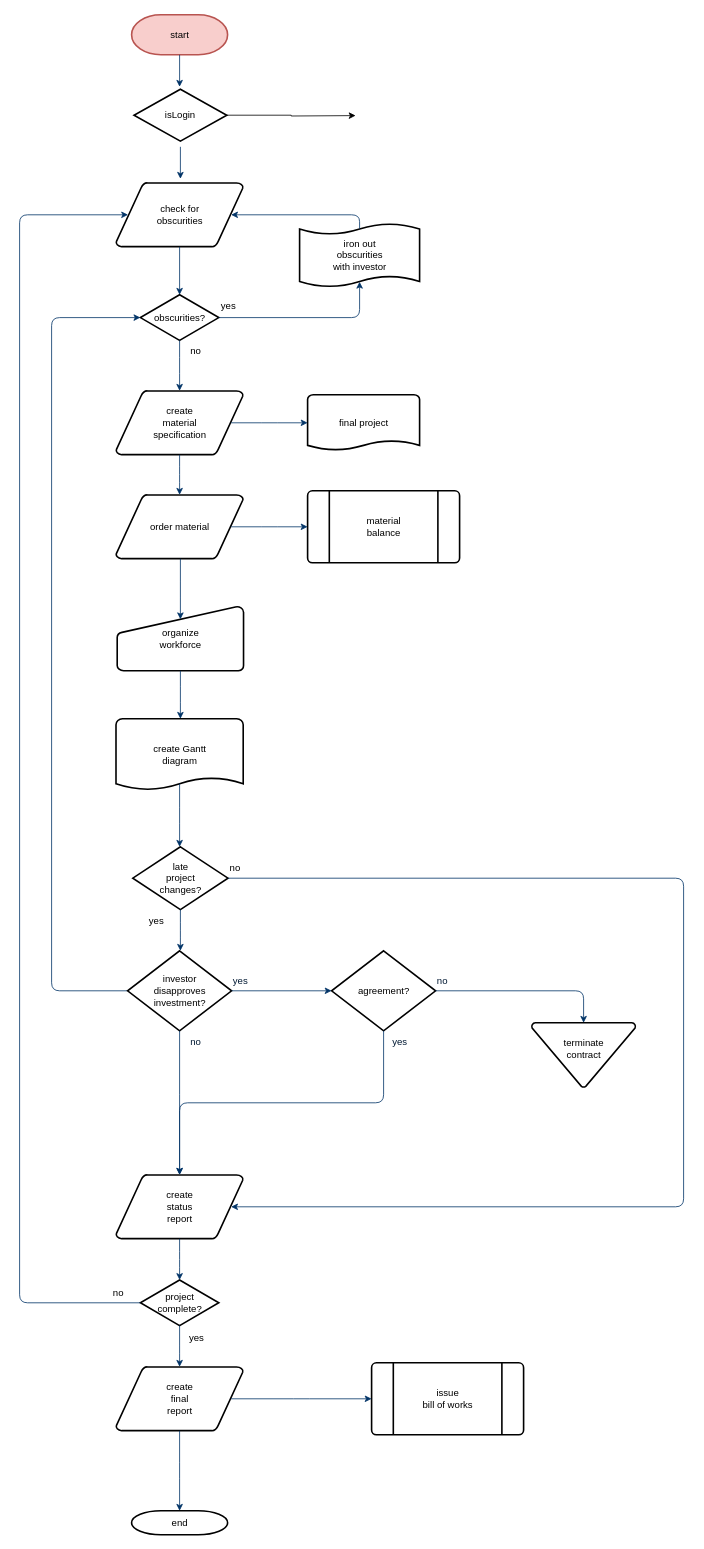
This is scholarship.drawio from LyndonYeh/gitTest, a draw.io file, before an edit. Source tidied: cells renumbered, new cells numbered last; positions are measured from the earlier drawing's top-left corner, leaving out a move shared by most shapes. Both pictures are drawn from the tidied source at 80%, with x=0, y=0 at pixel (19, 14).
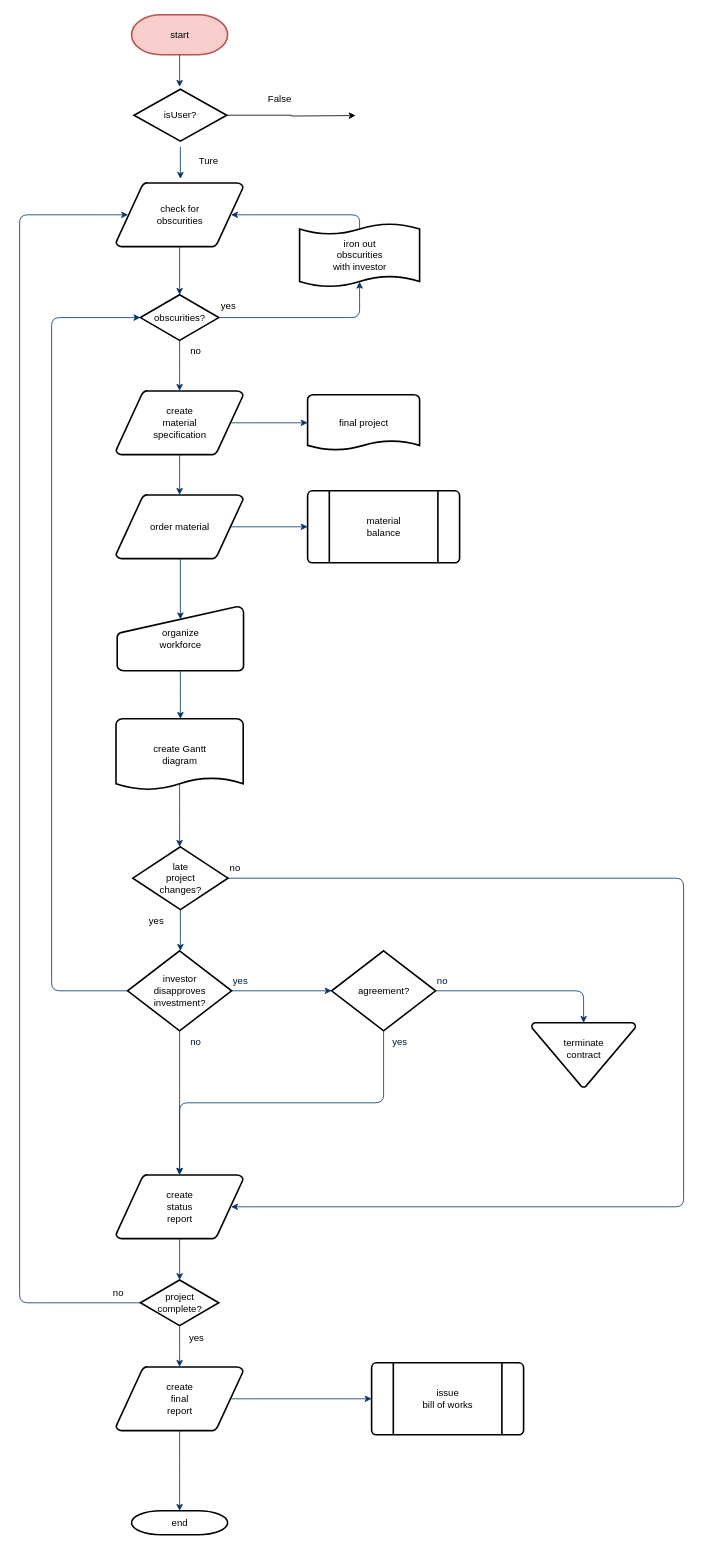
Above is the later version.

Change to the diagram source:
```diff
@@
-    <mxCell id="56" value="isLogin" style="strokeWidth=2;html=1;shape=mxgraph.flowchart.decision;whiteSpace=wrap;" parent="1" vertex="1">
+    <mxCell id="56" value="isUser?" style="strokeWidth=2;html=1;shape=mxgraph.flowchart.decision;whiteSpace=wrap;" parent="1" vertex="1">
       <mxGeometry x="143" y="93" width="116" height="65" as="geometry" />
     </mxCell>
+    <mxCell id="57" value="Ture" style="text;html=1;align=center;verticalAlign=middle;strokeColor=none;fillColor=none;" parent="1" vertex="1">
+      <mxGeometry x="210.5" y="168" width="50" height="30" as="geometry" />
+    </mxCell>
+    <mxCell id="58" value="False" style="text;html=1;align=center;verticalAlign=middle;strokeColor=none;fillColor=none;" parent="1" vertex="1">
+      <mxGeometry x="300" y="90" width="50" height="30" as="geometry" />
+    </mxCell>
```
